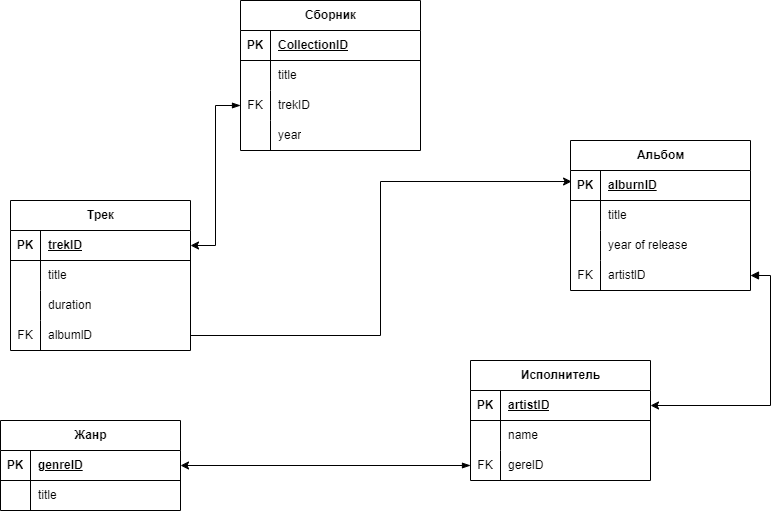
Before: БД.png, a diagram exported from draw.io (NikitaFPY-78/NetBD). Source tidied: cells renumbered, new cells last; positions are measured from the earlier drawing's top-left corner, leaving out a move shared by most shapes.
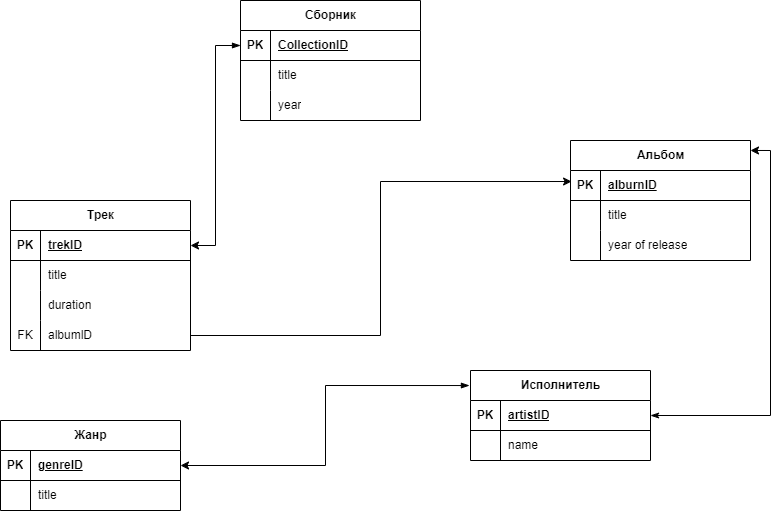
After the change.

What changed in the source:
```diff
@@ -42,7 +42,7 @@
       <mxGeometry x="30" width="150" height="30" as="geometry" />
     </mxCell>
     <mxCell id="15" value="Альбом" style="shape=table;startSize=30;rowLines=0;fontStyle=1;align=center;html=1;" parent="1" vertex="1">
-      <mxGeometry x="570" y="140" width="180" height="150" as="geometry" />
+      <mxGeometry x="570" y="140" width="180" height="120" as="geometry" />
     </mxCell>
     <mxCell id="16" style="shape=tableRow;horizontal=0;startSize=0;swimlaneHead=0;swimlaneBody=0;fillColor=none;points=[[0,0.5],[1,0.5]];portConstraint=eastwest;top=0;left=0;right=0;bottom=1;" parent="15" vertex="1">
       <mxGeometry y="30" width="180" height="30" as="geometry" />
@@ -71,15 +71,6 @@
     <mxCell id="24" value="year of release" style="shape=partialRectangle;fillColor=none;top=0;left=0;bottom=0;right=0;align=left;spacingLeft=6;overflow=hidden;whiteSpace=wrap;html=1;" parent="22" vertex="1">
       <mxGeometry x="30" width="150" height="30" as="geometry" />
     </mxCell>
-    <mxCell id="25" style="shape=tableRow;horizontal=0;startSize=0;swimlaneHead=0;swimlaneBody=0;fillColor=none;points=[[0,0.5],[1,0.5]];portConstraint=eastwest;top=0;left=0;right=0;bottom=0;" parent="15" vertex="1">
-      <mxGeometry y="120" width="180" height="30" as="geometry" />
-    </mxCell>
-    <mxCell id="26" value="FK" style="shape=partialRectangle;fillColor=none;top=0;left=0;bottom=0;right=0;overflow=hidden;whiteSpace=wrap;html=1;" parent="25" vertex="1">
-      <mxGeometry width="30" height="30" as="geometry" />
-    </mxCell>
-    <mxCell id="27" value="artistlD" style="shape=partialRectangle;fillColor=none;top=0;left=0;bottom=0;right=0;align=left;spacingLeft=6;overflow=hidden;whiteSpace=wrap;html=1;" parent="25" vertex="1">
-      <mxGeometry x="30" width="150" height="30" as="geometry" />
-    </mxCell>
     <mxCell id="28" value="Жанр" style="shape=table;startSize=30;rowLines=0;fontStyle=1;align=center;html=1;" parent="1" vertex="1">
       <mxGeometry y="420" width="180" height="90" as="geometry" />
     </mxCell>
@@ -102,7 +93,7 @@
       <mxGeometry x="30" width="150" height="30" as="geometry" />
     </mxCell>
     <mxCell id="35" value="Исполнитель" style="shape=table;startSize=30;rowLines=0;fontStyle=1;align=center;html=1;" parent="1" vertex="1">
-      <mxGeometry x="470" y="360" width="180" height="120" as="geometry" />
+      <mxGeometry x="470" y="370" width="180" height="90" as="geometry" />
     </mxCell>
     <mxCell id="36" style="shape=tableRow;horizontal=0;startSize=0;swimlaneHead=0;swimlaneBody=0;fillColor=none;points=[[0,0.5],[1,0.5]];portConstraint=eastwest;top=0;left=0;right=0;bottom=1;" parent="35" vertex="1">
       <mxGeometry y="30" width="180" height="30" as="geometry" />
@@ -122,26 +113,14 @@
     <mxCell id="41" value="name" style="shape=partialRectangle;fillColor=none;top=0;left=0;bottom=0;right=0;align=left;spacingLeft=6;overflow=hidden;whiteSpace=wrap;html=1;" parent="39" vertex="1">
       <mxGeometry x="30" width="150" height="30" as="geometry" />
     </mxCell>
-    <mxCell id="42" style="shape=tableRow;horizontal=0;startSize=0;swimlaneHead=0;swimlaneBody=0;fillColor=none;points=[[0,0.5],[1,0.5]];portConstraint=eastwest;top=0;left=0;right=0;bottom=0;" parent="35" vertex="1">
-      <mxGeometry y="90" width="180" height="30" as="geometry" />
-    </mxCell>
-    <mxCell id="43" value="FK" style="shape=partialRectangle;fillColor=none;top=0;left=0;bottom=0;right=0;overflow=hidden;whiteSpace=wrap;html=1;" parent="42" vertex="1">
-      <mxGeometry width="30" height="30" as="geometry" />
-    </mxCell>
-    <mxCell id="44" value="gerelD&amp;nbsp;" style="shape=partialRectangle;fillColor=none;top=0;left=0;bottom=0;right=0;align=left;spacingLeft=6;overflow=hidden;whiteSpace=wrap;html=1;" parent="42" vertex="1">
-      <mxGeometry x="30" width="150" height="30" as="geometry" />
-    </mxCell>
     <mxCell id="45" style="edgeStyle=orthogonalEdgeStyle;rounded=0;jettySize=auto;html=1;exitX=1;exitY=0.5;exitDx=0;exitDy=0;entryX=0.006;entryY=0.367;entryDx=0;entryDy=0;entryPerimeter=0;" parent="1" edge="1" source="12" target="16">
       <mxGeometry relative="1" as="geometry" />
     </mxCell>
-    <mxCell id="46" style="edgeStyle=orthogonalEdgeStyle;rounded=0;jettySize=auto;html=1;exitX=1;exitY=0.5;exitDx=0;exitDy=0;entryX=1;entryY=0.5;entryDx=0;entryDy=0;startArrow=block;startFill=1;" parent="1" edge="1" source="25" target="36">
-      <mxGeometry relative="1" as="geometry" />
-    </mxCell>
-    <mxCell id="47" style="edgeStyle=orthogonalEdgeStyle;rounded=0;jettySize=auto;html=1;exitX=0;exitY=0.5;exitDx=0;exitDy=0;entryX=1;entryY=0.5;entryDx=0;entryDy=0;startArrow=blockThin;startFill=1;" parent="1" edge="1" source="42" target="29">
+    <mxCell id="47" style="edgeStyle=orthogonalEdgeStyle;rounded=0;jettySize=auto;html=1;exitX=-0.006;exitY=0.167;exitDx=0;exitDy=0;entryX=1;entryY=0.5;entryDx=0;entryDy=0;startArrow=blockThin;startFill=1;exitPerimeter=0;" parent="1" edge="1" source="35" target="29">
       <mxGeometry relative="1" as="geometry" />
     </mxCell>
     <mxCell id="48" value="Сборник" style="shape=table;startSize=30;rowLines=0;fontStyle=1;align=center;html=1;" parent="1" vertex="1">
-      <mxGeometry x="240" width="180" height="150" as="geometry" />
+      <mxGeometry x="240" width="180" height="120" as="geometry" />
     </mxCell>
     <mxCell id="49" style="shape=tableRow;horizontal=0;startSize=0;swimlaneHead=0;swimlaneBody=0;fillColor=none;points=[[0,0.5],[1,0.5]];portConstraint=eastwest;top=0;left=0;right=0;bottom=1;" parent="48" vertex="1">
       <mxGeometry y="30" width="180" height="30" as="geometry" />
@@ -161,17 +140,8 @@
     <mxCell id="54" value="title" style="shape=partialRectangle;fillColor=none;top=0;left=0;bottom=0;right=0;align=left;spacingLeft=6;overflow=hidden;whiteSpace=wrap;html=1;" parent="52" vertex="1">
       <mxGeometry x="30" width="150" height="30" as="geometry" />
     </mxCell>
-    <mxCell id="55" style="shape=tableRow;horizontal=0;startSize=0;swimlaneHead=0;swimlaneBody=0;fillColor=none;points=[[0,0.5],[1,0.5]];portConstraint=eastwest;top=0;left=0;right=0;bottom=0;" parent="48" vertex="1">
-      <mxGeometry y="90" width="180" height="30" as="geometry" />
-    </mxCell>
-    <mxCell id="56" value="FK" style="shape=partialRectangle;fillColor=none;top=0;left=0;bottom=0;right=0;overflow=hidden;whiteSpace=wrap;html=1;" parent="55" vertex="1">
-      <mxGeometry width="30" height="30" as="geometry" />
-    </mxCell>
-    <mxCell id="57" value="trekID" style="shape=partialRectangle;fillColor=none;top=0;left=0;bottom=0;right=0;align=left;spacingLeft=6;overflow=hidden;whiteSpace=wrap;html=1;" parent="55" vertex="1">
-      <mxGeometry x="30" width="150" height="30" as="geometry" />
-    </mxCell>
     <mxCell id="58" style="shape=tableRow;horizontal=0;startSize=0;swimlaneHead=0;swimlaneBody=0;fillColor=none;top=0;left=0;right=0;bottom=0;" parent="48" vertex="1">
-      <mxGeometry y="120" width="180" height="30" as="geometry" />
+      <mxGeometry y="90" width="180" height="30" as="geometry" />
     </mxCell>
     <mxCell id="59" style="shape=partialRectangle;fillColor=none;top=0;left=0;bottom=0;right=0;overflow=hidden;whiteSpace=wrap;html=1;" parent="58" vertex="1">
       <mxGeometry width="30" height="30" as="geometry" />
@@ -179,8 +149,11 @@
     <mxCell id="60" value="year" style="shape=partialRectangle;fillColor=none;top=0;left=0;bottom=0;right=0;align=left;spacingLeft=6;overflow=hidden;whiteSpace=wrap;html=1;" parent="58" vertex="1">
       <mxGeometry x="30" width="150" height="30" as="geometry" />
     </mxCell>
-    <mxCell id="61" style="edgeStyle=orthogonalEdgeStyle;rounded=0;jettySize=auto;html=1;exitX=0;exitY=0.5;exitDx=0;exitDy=0;entryX=1;entryY=0.5;entryDx=0;entryDy=0;startArrow=blockThin;startFill=1;" parent="1" edge="1" source="55" target="3">
+    <mxCell id="61" style="edgeStyle=orthogonalEdgeStyle;rounded=0;jettySize=auto;html=1;exitX=0;exitY=0.5;exitDx=0;exitDy=0;entryX=1;entryY=0.5;entryDx=0;entryDy=0;startArrow=blockThin;startFill=1;" parent="1" edge="1" source="49" target="3">
       <mxGeometry relative="1" as="geometry" />
     </mxCell>
+    <mxCell id="62" style="edgeStyle=orthogonalEdgeStyle;rounded=0;jettySize=auto;html=1;exitX=1;exitY=0.5;exitDx=0;exitDy=0;entryX=1;entryY=0.083;entryDx=0;entryDy=0;entryPerimeter=0;startArrow=classicThin;startFill=1;" parent="1" edge="1" source="36" target="15">
+      <mxGeometry relative="1" as="geometry" />
+    </mxCell>
   </root>
 </mxGraphModel>
```
